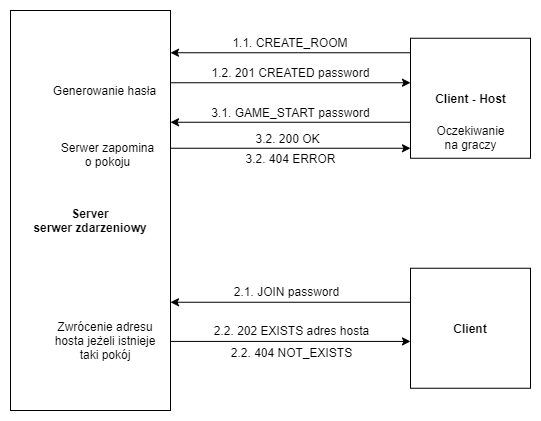
Before: docs/Diagram komunikacji serwer-klient.png, a diagram exported from draw.io (PituchaAleksander/country-city_game). Source tidied: cells renumbered, new cells last; positions are measured from the earlier drawing's top-left corner, leaving out a move shared by most shapes.
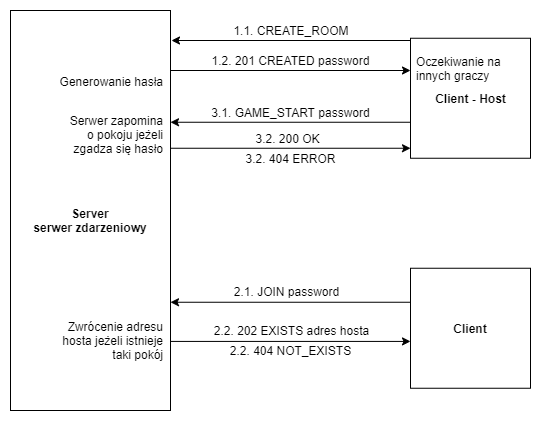
The same diagram one commit later.

Diff of the diagram source:
```diff
@@ -7,33 +7,33 @@
     </mxCell>
     <mxCell id="3" style="edgeStyle=none;rounded=0;orthogonalLoop=1;jettySize=auto;html=1;" parent="1" edge="1">
       <mxGeometry relative="1" as="geometry">
-        <mxPoint x="400" y="42.2" as="sourcePoint" />
-        <mxPoint x="160" y="42.2" as="targetPoint" />
+        <mxPoint x="401" y="30" as="sourcePoint" />
+        <mxPoint x="161" y="30" as="targetPoint" />
       </mxGeometry>
     </mxCell>
     <mxCell id="4" style="whiteSpace=wrap;html=1;" parent="1" vertex="1">
       <mxGeometry x="400" y="27.8" width="120" height="120" as="geometry" />
     </mxCell>
     <mxCell id="5" value="1.1. CREATE_ROOM" style="text;html=1;strokeColor=none;fillColor=none;align=center;verticalAlign=middle;whiteSpace=wrap;rounded=0;" parent="1" vertex="1">
-      <mxGeometry x="220" y="22.2" width="120" height="20" as="geometry" />
+      <mxGeometry x="221" y="10" width="120" height="20" as="geometry" />
     </mxCell>
     <mxCell id="6" value="&lt;b&gt;Client - Host&lt;/b&gt;" style="text;html=1;strokeColor=none;fillColor=none;align=center;verticalAlign=middle;whiteSpace=wrap;rounded=0;" parent="1" vertex="1">
       <mxGeometry x="417.5" y="77.8" width="85" height="20" as="geometry" />
     </mxCell>
     <mxCell id="7" style="edgeStyle=none;rounded=0;orthogonalLoop=1;jettySize=auto;html=1;" parent="1" edge="1">
       <mxGeometry relative="1" as="geometry">
-        <mxPoint x="160" y="72.2" as="sourcePoint" />
-        <mxPoint x="400" y="72.2" as="targetPoint" />
+        <mxPoint x="160" y="60" as="sourcePoint" />
+        <mxPoint x="400" y="60" as="targetPoint" />
       </mxGeometry>
     </mxCell>
     <mxCell id="8" value="&lt;b&gt;Server&lt;br&gt;serwer zdarzeniowy&lt;br&gt;&lt;/b&gt;" style="text;html=1;strokeColor=none;fillColor=none;align=center;verticalAlign=middle;whiteSpace=wrap;rounded=0;glass=0;sketch=0;shadow=0;" parent="1" vertex="1">
       <mxGeometry x="15" y="200" width="130" height="20" as="geometry" />
     </mxCell>
     <mxCell id="9" value="1.2. 201 CREATED password" style="text;html=1;align=center;verticalAlign=middle;strokeColor=none;" parent="1" vertex="1">
-      <mxGeometry x="195" y="52.2" width="170" height="20" as="geometry" />
+      <mxGeometry x="195" y="40" width="170" height="20" as="geometry" />
     </mxCell>
-    <mxCell id="10" value="Generowanie hasła" style="text;html=1;strokeColor=none;fillColor=none;align=center;verticalAlign=middle;whiteSpace=wrap;rounded=0;" parent="1" vertex="1">
-      <mxGeometry x="24" y="65" width="141" height="30" as="geometry" />
+    <mxCell id="10" value="Generowanie hasła" style="text;html=1;strokeColor=none;fillColor=none;align=right;verticalAlign=middle;whiteSpace=wrap;rounded=0;" parent="1" vertex="1">
+      <mxGeometry x="14" y="56" width="141" height="30" as="geometry" />
     </mxCell>
     <mxCell id="11" style="edgeStyle=none;rounded=0;orthogonalLoop=1;jettySize=auto;html=1;" parent="1" edge="1">
       <mxGeometry relative="1" as="geometry">
@@ -47,8 +47,8 @@
     <mxCell id="13" style="edgeStyle=orthogonalEdgeStyle;rounded=0;orthogonalLoop=1;jettySize=auto;html=1;exitX=0.5;exitY=1;exitDx=0;exitDy=0;" parent="1" edge="1" source="10" target="10">
       <mxGeometry relative="1" as="geometry" />
     </mxCell>
-    <mxCell id="14" value="Serwer zapomina o pokoju" style="text;html=1;strokeColor=none;fillColor=none;align=center;verticalAlign=middle;whiteSpace=wrap;rounded=0;" parent="1" vertex="1">
-      <mxGeometry x="44.5" y="134" width="105" height="20" as="geometry" />
+    <mxCell id="14" value="Serwer zapomina o pokoju jeżeli zgadza się hasło" style="text;html=1;strokeColor=none;fillColor=none;align=right;verticalAlign=middle;whiteSpace=wrap;rounded=0;" parent="1" vertex="1">
+      <mxGeometry x="50" y="114" width="105" height="20" as="geometry" />
     </mxCell>
     <mxCell id="15" style="whiteSpace=wrap;html=1;" parent="1" vertex="1">
       <mxGeometry x="400" y="257.8" width="120" height="120" as="geometry" />
@@ -74,11 +74,11 @@
     <mxCell id="20" value="2.2. 202 EXISTS adres hosta" style="text;html=1;align=center;verticalAlign=middle;strokeColor=none;" parent="1" vertex="1">
       <mxGeometry x="196" y="310" width="170" height="20" as="geometry" />
     </mxCell>
-    <mxCell id="21" value="Zwrócenie adresu hosta jeżeli istnieje taki pokój" style="text;html=1;strokeColor=none;fillColor=none;align=center;verticalAlign=middle;whiteSpace=wrap;rounded=0;" parent="1" vertex="1">
-      <mxGeometry x="34.5" y="320" width="120" height="20" as="geometry" />
+    <mxCell id="21" value="Zwrócenie adresu hosta jeżeli istnieje taki pokój" style="text;html=1;strokeColor=none;fillColor=none;align=right;verticalAlign=middle;whiteSpace=wrap;rounded=0;" parent="1" vertex="1">
+      <mxGeometry x="35" y="320" width="120" height="20" as="geometry" />
     </mxCell>
     <mxCell id="22" value="2.2. 404 NOT_EXISTS" style="text;html=1;align=center;verticalAlign=middle;strokeColor=none;" parent="1" vertex="1">
-      <mxGeometry x="211" y="332" width="140" height="20" as="geometry" />
+      <mxGeometry x="210" y="330" width="140" height="20" as="geometry" />
     </mxCell>
     <mxCell id="23" style="edgeStyle=none;rounded=0;orthogonalLoop=1;jettySize=auto;html=1;" parent="1" edge="1">
       <mxGeometry relative="1" as="geometry">
@@ -92,8 +92,8 @@
     <mxCell id="25" value="3.2. 404 ERROR" style="text;html=1;align=center;verticalAlign=middle;strokeColor=none;" parent="1" vertex="1">
       <mxGeometry x="225" y="137.8" width="110" height="20" as="geometry" />
     </mxCell>
-    <mxCell id="26" value="Oczekiwanie&lt;br&gt;na graczy" style="text;html=1;align=center;verticalAlign=middle;strokeColor=none;" parent="1" vertex="1">
-      <mxGeometry x="420" y="111.8" width="80" height="30" as="geometry" />
-    </mxCell>
+    <mxCell id="27" value="Oczekiwanie na&lt;br&gt;innych graczy" style="text;html=1;align=left;verticalAlign=middle;strokeColor=none;" parent="1" vertex="1">
+      <mxGeometry x="404" y="43" width="100" height="30" as="geometry" />
+    </mxCell>
   </root>
 </mxGraphModel>
```
